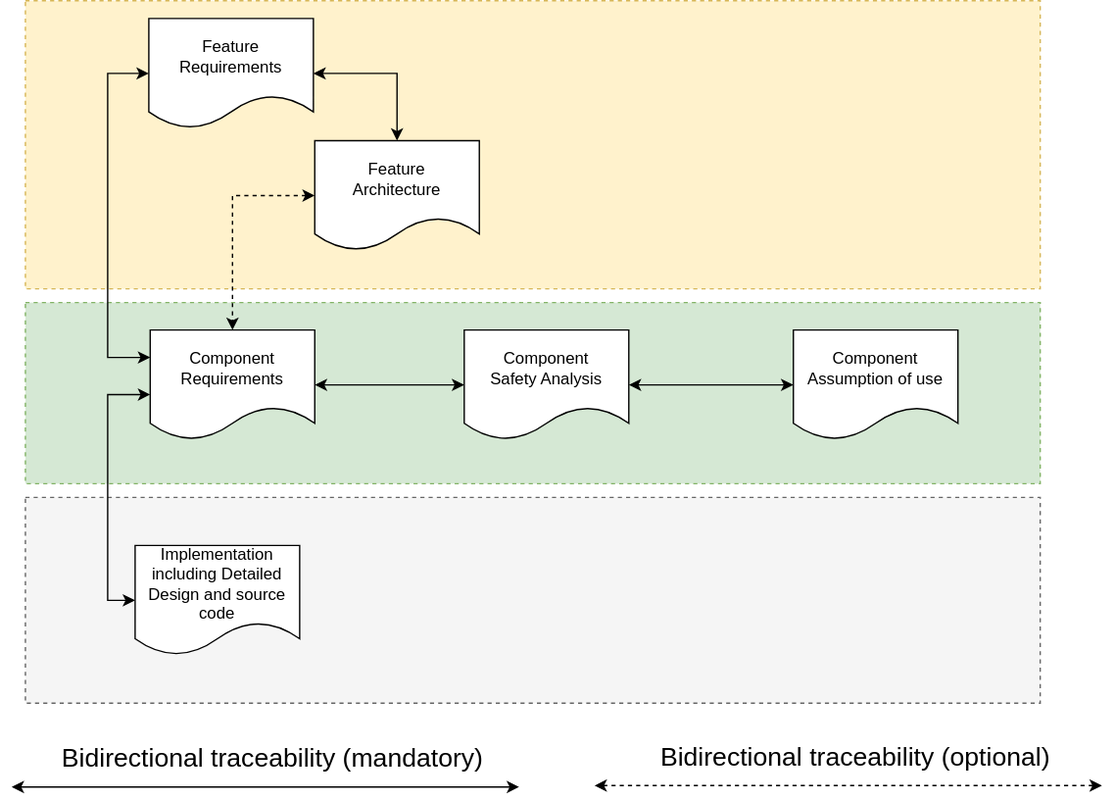
The draw.io diagram pr-343/_images/score_traceability_model_cmp_overview_3.svg in umaucher/score, before a commit. Source tidied: cells renumbered, new cells last; positions are measured from the earlier drawing's top-left corner, leaving out a move shared by most shapes.
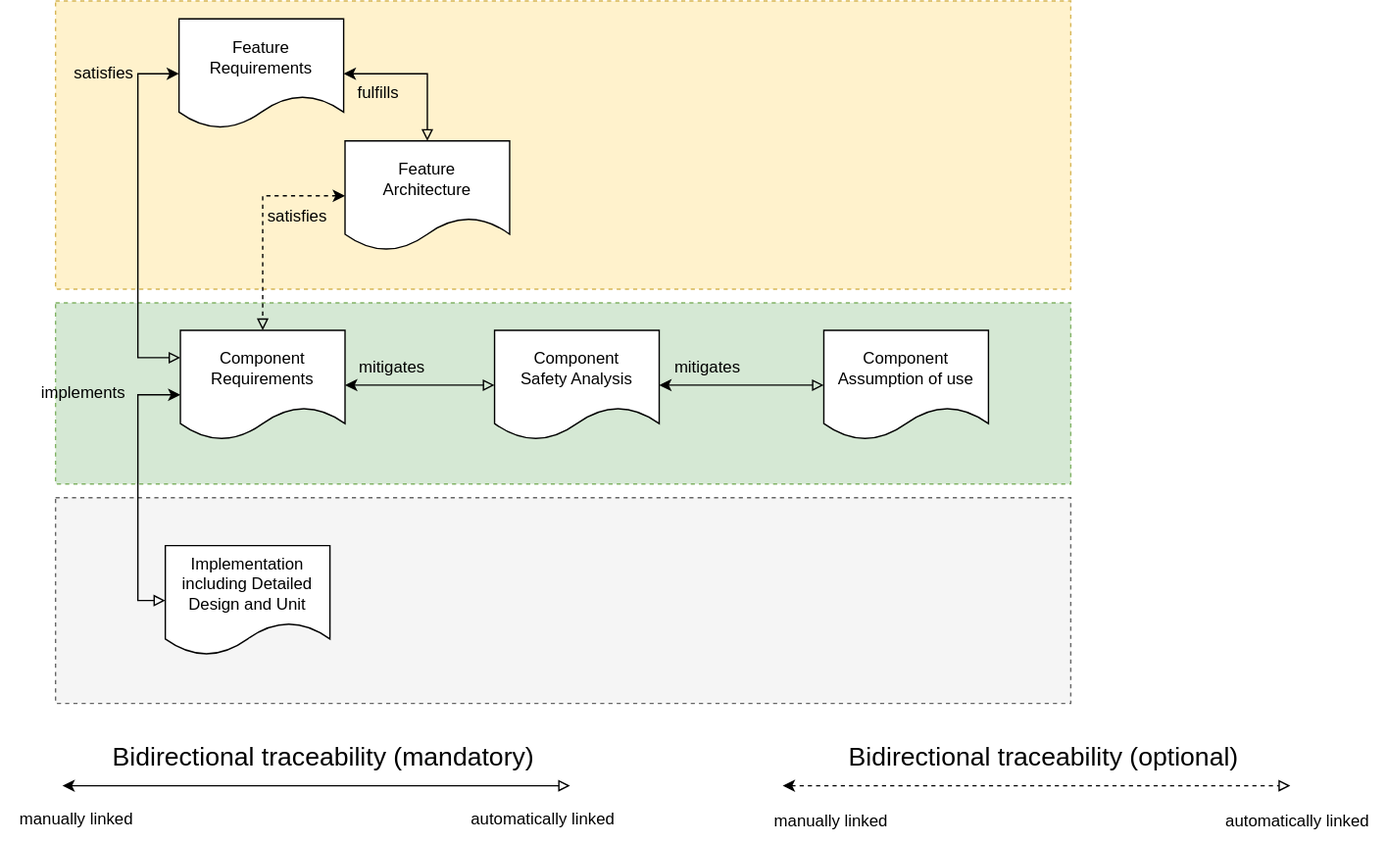
Later version of the same file.

Diff of the diagram source:
```diff
@@ -14,7 +14,7 @@
     <mxCell id="5" value="Feature Requirements" style="shape=document;whiteSpace=wrap;html=1;boundedLbl=1;" parent="1" vertex="1">
       <mxGeometry x="100" y="13" width="120" height="80" as="geometry" />
     </mxCell>
-    <mxCell id="6" style="edgeStyle=orthogonalEdgeStyle;rounded=0;jettySize=auto;html=1;entryX=0;entryY=0.5;entryDx=0;entryDy=0;startArrow=classic;startFill=1;exitX=0;exitY=0.25;exitDx=0;exitDy=0;" parent="1" edge="1" source="8" target="5">
+    <mxCell id="6" style="edgeStyle=orthogonalEdgeStyle;rounded=0;jettySize=auto;html=1;entryX=0;entryY=0.5;entryDx=0;entryDy=0;startArrow=block;startFill=0;exitX=0;exitY=0.25;exitDx=0;exitDy=0;" parent="1" edge="1" source="8" target="5">
       <mxGeometry relative="1" as="geometry">
         <Array as="points">
           <mxPoint x="70" y="260" />
@@ -22,7 +22,7 @@
         </Array>
       </mxGeometry>
     </mxCell>
-    <mxCell id="7" style="edgeStyle=orthogonalEdgeStyle;rounded=0;jettySize=auto;html=1;entryX=0;entryY=0.5;entryDx=0;entryDy=0;exitX=1;exitY=0.5;exitDx=0;exitDy=0;startArrow=classic;startFill=1;" parent="1" edge="1" source="8" target="10">
+    <mxCell id="7" style="edgeStyle=orthogonalEdgeStyle;rounded=0;jettySize=auto;html=1;entryX=0;entryY=0.5;entryDx=0;entryDy=0;exitX=1;exitY=0.5;exitDx=0;exitDy=0;startArrow=classic;startFill=1;endArrow=block;endFill=0;" parent="1" edge="1" source="8" target="10">
       <mxGeometry x="0.41" relative="1" as="geometry">
         <Array as="points">
           <mxPoint x="330" y="280" />
@@ -33,16 +33,16 @@
     <mxCell id="8" value="Component Requirements" style="shape=document;whiteSpace=wrap;html=1;boundedLbl=1;" parent="1" vertex="1">
       <mxGeometry x="101" y="240" width="120" height="80" as="geometry" />
     </mxCell>
-    <mxCell id="9" style="edgeStyle=orthogonalEdgeStyle;rounded=0;jettySize=auto;html=1;entryX=1;entryY=0.5;entryDx=0;entryDy=0;exitX=0.5;exitY=0;exitDx=0;exitDy=0;startArrow=classic;startFill=1;" parent="1" edge="1" source="13" target="5">
+    <mxCell id="9" style="edgeStyle=orthogonalEdgeStyle;rounded=0;jettySize=auto;html=1;entryX=1;entryY=0.5;entryDx=0;entryDy=0;exitX=0.5;exitY=0;exitDx=0;exitDy=0;startArrow=block;startFill=0;" parent="1" edge="1" source="13" target="5">
       <mxGeometry relative="1" as="geometry" />
     </mxCell>
     <mxCell id="10" value="Component&lt;br&gt;Safety Analysis" style="shape=document;whiteSpace=wrap;html=1;boundedLbl=1;" parent="1" vertex="1">
       <mxGeometry x="330" y="240" width="120" height="80" as="geometry" />
     </mxCell>
-    <mxCell id="11" style="edgeStyle=orthogonalEdgeStyle;rounded=0;jettySize=auto;html=1;startArrow=classic;startFill=1;entryX=1;entryY=0.5;entryDx=0;entryDy=0;exitX=0;exitY=0.5;exitDx=0;exitDy=0;" parent="1" edge="1" source="4" target="10">
+    <mxCell id="11" style="edgeStyle=orthogonalEdgeStyle;rounded=0;jettySize=auto;html=1;startArrow=block;startFill=0;entryX=1;entryY=0.5;entryDx=0;entryDy=0;exitX=0;exitY=0.5;exitDx=0;exitDy=0;endArrow=classic;endFill=1;" parent="1" edge="1" source="4" target="10">
       <mxGeometry relative="1" as="geometry" />
     </mxCell>
-    <mxCell id="12" style="edgeStyle=orthogonalEdgeStyle;rounded=0;jettySize=auto;html=1;entryX=0.5;entryY=0;entryDx=0;entryDy=0;startArrow=classic;startFill=1;exitX=0;exitY=0.5;exitDx=0;exitDy=0;dashed=1;" parent="1" edge="1" source="13" target="8">
+    <mxCell id="12" style="edgeStyle=orthogonalEdgeStyle;rounded=0;jettySize=auto;html=1;entryX=0.5;entryY=0;entryDx=0;entryDy=0;startArrow=classic;startFill=1;exitX=0;exitY=0.5;exitDx=0;exitDy=0;dashed=1;endArrow=block;endFill=0;" parent="1" edge="1" source="13" target="8">
       <mxGeometry relative="1" as="geometry" />
     </mxCell>
     <mxCell id="13" value="Feature&lt;br&gt;Architecture" style="shape=document;whiteSpace=wrap;html=1;boundedLbl=1;" parent="1" vertex="1">
@@ -54,35 +54,65 @@
     <mxCell id="15" style="rounded=0;whiteSpace=wrap;html=1;dashed=1;fillColor=#f5f5f5;fontColor=#333333;strokeColor=#666666;" parent="1" vertex="1">
       <mxGeometry x="10" y="362" width="740" height="150" as="geometry" />
     </mxCell>
-    <mxCell id="16" style="edgeStyle=orthogonalEdgeStyle;rounded=0;jettySize=auto;html=1;startArrow=classic;startFill=1;exitX=0;exitY=0.5;exitDx=0;exitDy=0;entryX=0;entryY=0.588;entryDx=0;entryDy=0;entryPerimeter=0;" parent="1" edge="1" source="17" target="8">
+    <mxCell id="16" style="edgeStyle=orthogonalEdgeStyle;rounded=0;jettySize=auto;html=1;startArrow=block;startFill=0;exitX=0;exitY=0.5;exitDx=0;exitDy=0;entryX=0;entryY=0.588;entryDx=0;entryDy=0;entryPerimeter=0;" parent="1" edge="1" source="17" target="8">
       <mxGeometry relative="1" as="geometry" />
     </mxCell>
-    <mxCell id="17" value="Implementation&lt;br&gt;including Detailed Design and source code" style="shape=document;whiteSpace=wrap;html=1;boundedLbl=1;" parent="1" vertex="1">
+    <mxCell id="17" value="Implementation&lt;br&gt;including Detailed Design and Unit" style="shape=document;whiteSpace=wrap;html=1;boundedLbl=1;" parent="1" vertex="1">
       <mxGeometry x="90" y="397" width="120" height="80" as="geometry" />
     </mxCell>
-    <mxCell id="18" style="edgeStyle=orthogonalEdgeStyle;rounded=0;orthogonalLoop=1;jettySize=auto;html=1;startArrow=classic;startFill=1;" parent="1" edge="1">
-      <mxGeometry x="0.38" y="5" relative="1" as="geometry">
-        <mxPoint y="573" as="sourcePoint" />
-        <mxPoint x="370" y="573" as="targetPoint" />
-        <Array as="points">
-          <mxPoint x="17" y="573" />
-        </Array>
-      </mxGeometry>
-    </mxCell>
+    <mxCell id="22" style="edgeStyle=orthogonalEdgeStyle;rounded=0;orthogonalLoop=1;jettySize=auto;html=1;startArrow=classic;startFill=1;endArrow=block;endFill=0;" parent="1" edge="1">
+      <mxGeometry x="0.38" y="5" relative="1" as="geometry">
+        <mxPoint x="15" y="572" as="sourcePoint" />
+        <mxPoint x="385" y="572" as="targetPoint" />
+        <Array as="points">
+          <mxPoint x="32" y="572" />
+        </Array>
+      </mxGeometry>
+    </mxCell>
     <mxCell id="19" value="Bidirectional traceability (mandatory)" style="text;html=1;align=center;verticalAlign=middle;strokeColor=none;fillColor=none;fontSize=19;" parent="1" vertex="1">
-      <mxGeometry x="25" y="533" width="330" height="40" as="geometry" />
+      <mxGeometry x="40" y="532" width="330" height="40" as="geometry" />
     </mxCell>
-    <mxCell id="20" style="edgeStyle=orthogonalEdgeStyle;rounded=0;orthogonalLoop=1;jettySize=auto;html=1;startArrow=classic;startFill=1;dashed=1;" parent="1" edge="1">
-      <mxGeometry x="0.38" y="5" relative="1" as="geometry">
-        <mxPoint x="425" y="572" as="sourcePoint" />
-        <mxPoint x="795" y="572" as="targetPoint" />
-        <Array as="points">
-          <mxPoint x="442" y="572" />
-        </Array>
-      </mxGeometry>
-    </mxCell>
+    <mxCell id="23" style="edgeStyle=orthogonalEdgeStyle;rounded=0;orthogonalLoop=1;jettySize=auto;html=1;startArrow=classic;startFill=1;dashed=1;endArrow=block;endFill=0;" parent="1" edge="1">
+      <mxGeometry x="0.38" y="5" relative="1" as="geometry">
+        <mxPoint x="540" y="572" as="sourcePoint" />
+        <mxPoint x="910" y="572" as="targetPoint" />
+        <Array as="points">
+          <mxPoint x="557" y="572" />
+        </Array>
+      </mxGeometry>
+    </mxCell>
     <mxCell id="21" value="Bidirectional traceability (optional)" style="text;html=1;align=center;verticalAlign=middle;strokeColor=none;fillColor=none;fontSize=19;" parent="1" vertex="1">
-      <mxGeometry x="460" y="532" width="310" height="40" as="geometry" />
+      <mxGeometry x="575" y="532" width="310" height="40" as="geometry" />
     </mxCell>
+    <mxCell id="24" value="manually linked" style="text;html=1;align=center;verticalAlign=middle;strokeColor=none;fillColor=none;" parent="1" vertex="1">
+      <mxGeometry x="-30" y="582" width="110" height="30" as="geometry" />
+    </mxCell>
+    <mxCell id="25" value="automatically linked" style="text;html=1;align=center;verticalAlign=middle;strokeColor=none;fillColor=none;" parent="1" vertex="1">
+      <mxGeometry x="300" y="582" width="130" height="30" as="geometry" />
+    </mxCell>
+    <mxCell id="26" value="manually linked" style="text;html=1;align=center;verticalAlign=middle;strokeColor=none;fillColor=none;" parent="1" vertex="1">
+      <mxGeometry x="520" y="583" width="110" height="30" as="geometry" />
+    </mxCell>
+    <mxCell id="27" value="automatically linked" style="text;html=1;align=center;verticalAlign=middle;strokeColor=none;fillColor=none;" parent="1" vertex="1">
+      <mxGeometry x="850" y="583" width="130" height="30" as="geometry" />
+    </mxCell>
+    <mxCell id="28" value="implements" style="text;html=1;align=center;verticalAlign=middle;strokeColor=none;fillColor=none;" parent="1" vertex="1">
+      <mxGeometry x="-10" y="271" width="80" height="30" as="geometry" />
+    </mxCell>
+    <mxCell id="29" value="satisfies" style="text;html=1;align=center;verticalAlign=middle;strokeColor=none;fillColor=none;" parent="1" vertex="1">
+      <mxGeometry x="10" y="38" width="70" height="30" as="geometry" />
+    </mxCell>
+    <mxCell id="30" value="fulfills" style="text;html=1;align=center;verticalAlign=middle;strokeColor=none;fillColor=none;" parent="1" vertex="1">
+      <mxGeometry x="220" y="52" width="50" height="30" as="geometry" />
+    </mxCell>
+    <mxCell id="31" value="satisfies" style="text;html=1;align=center;verticalAlign=middle;strokeColor=none;fillColor=none;" parent="1" vertex="1">
+      <mxGeometry x="151" y="142" width="70" height="30" as="geometry" />
+    </mxCell>
+    <mxCell id="32" value="mitigates" style="text;html=1;align=center;verticalAlign=middle;strokeColor=none;fillColor=none;" parent="1" vertex="1">
+      <mxGeometry x="220" y="252" width="70" height="30" as="geometry" />
+    </mxCell>
+    <mxCell id="33" value="mitigates" style="text;html=1;align=center;verticalAlign=middle;strokeColor=none;fillColor=none;" parent="1" vertex="1">
+      <mxGeometry x="450" y="252" width="70" height="30" as="geometry" />
+    </mxCell>
   </root>
 </mxGraphModel>
```
